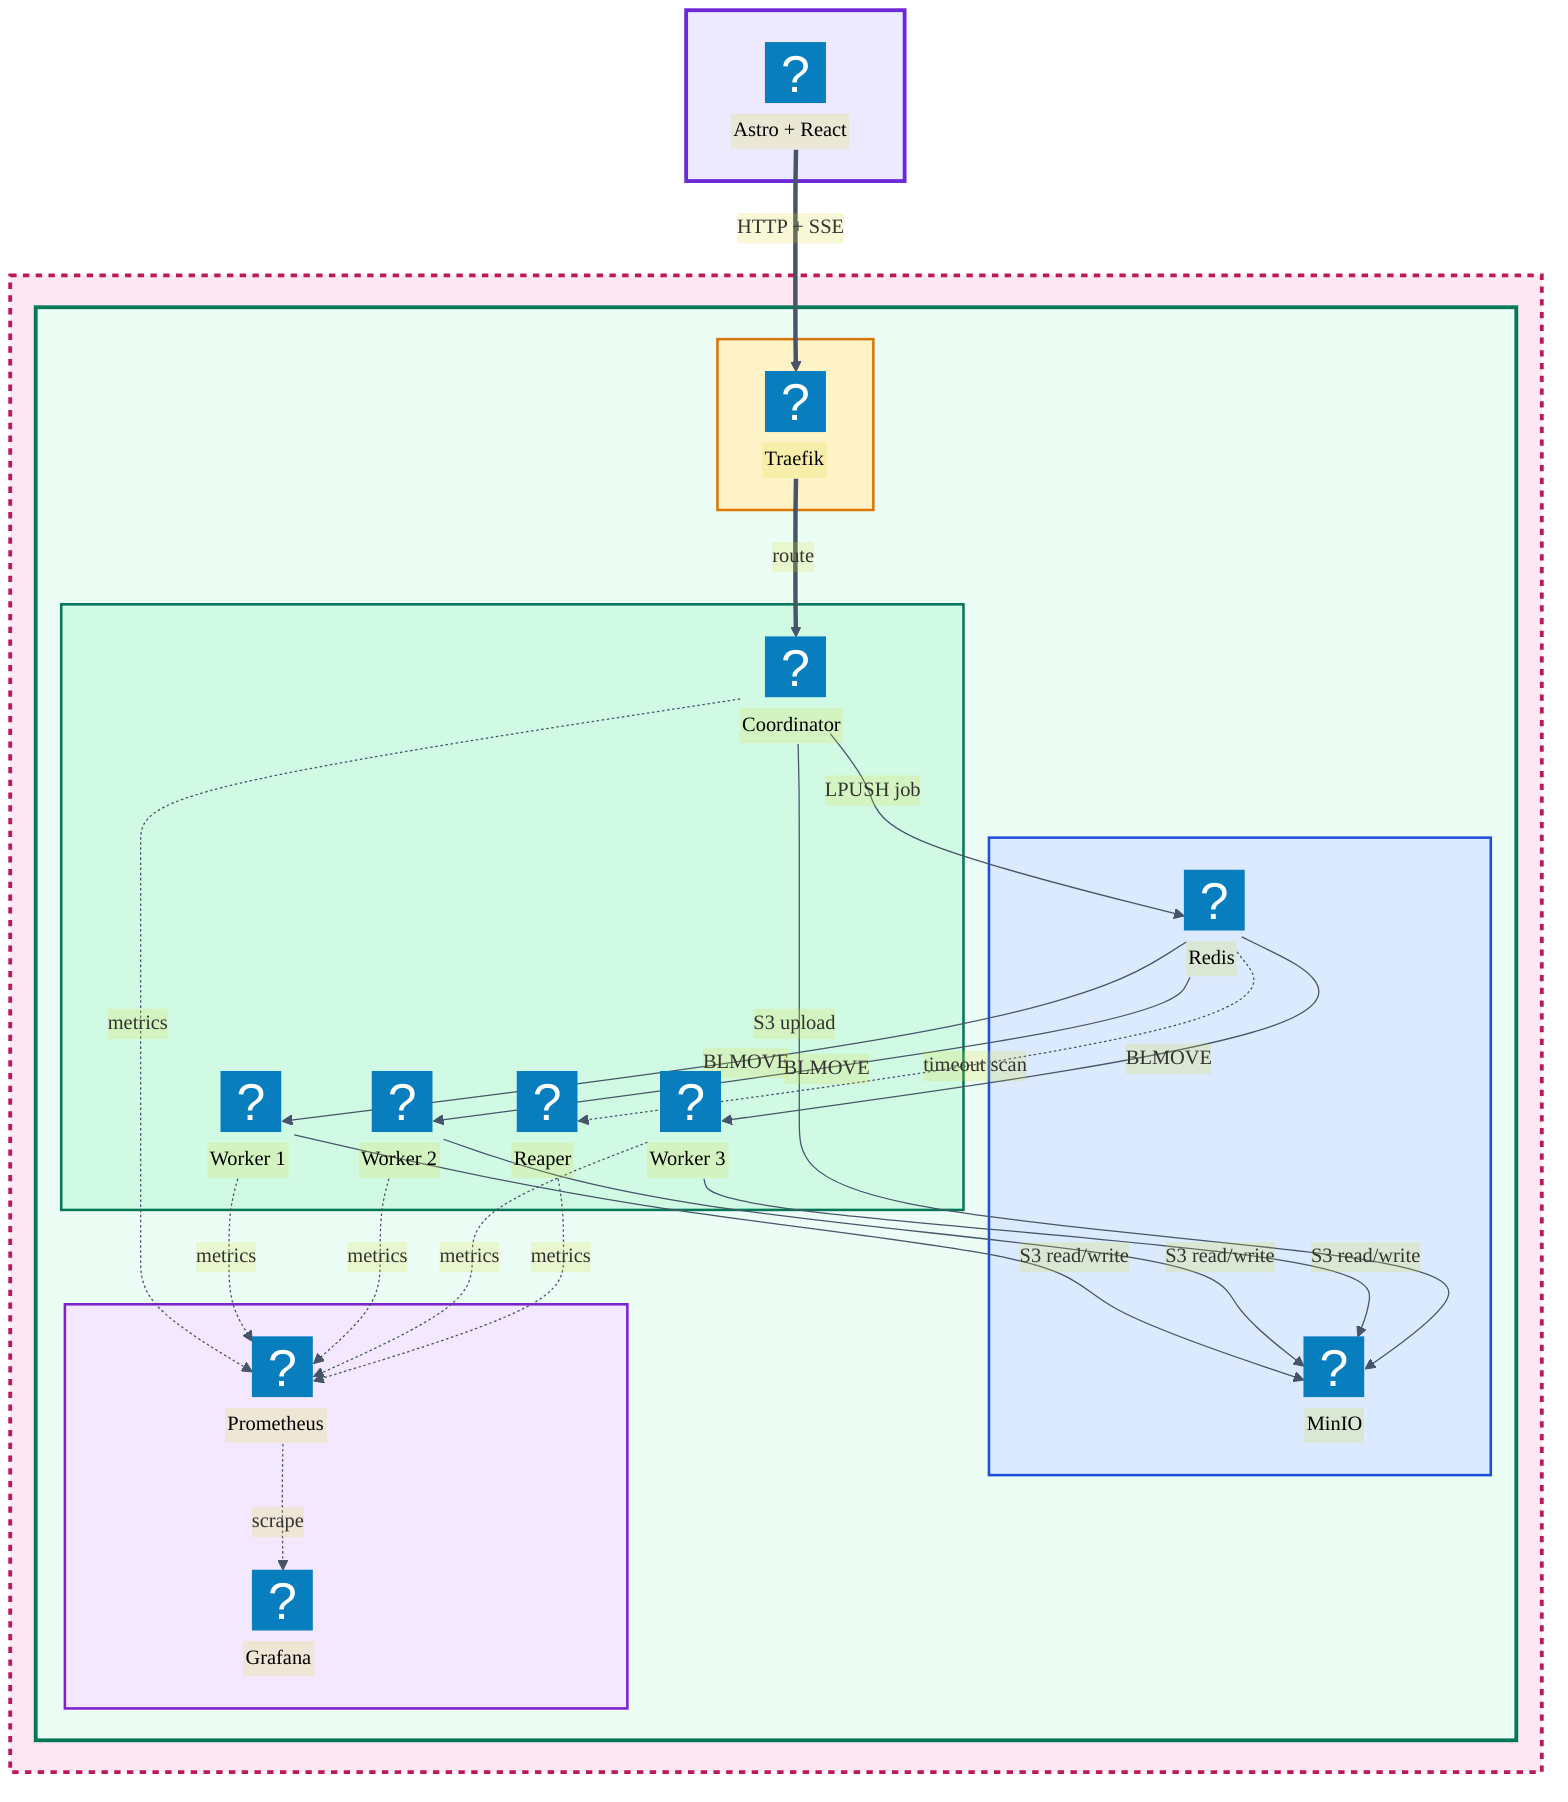
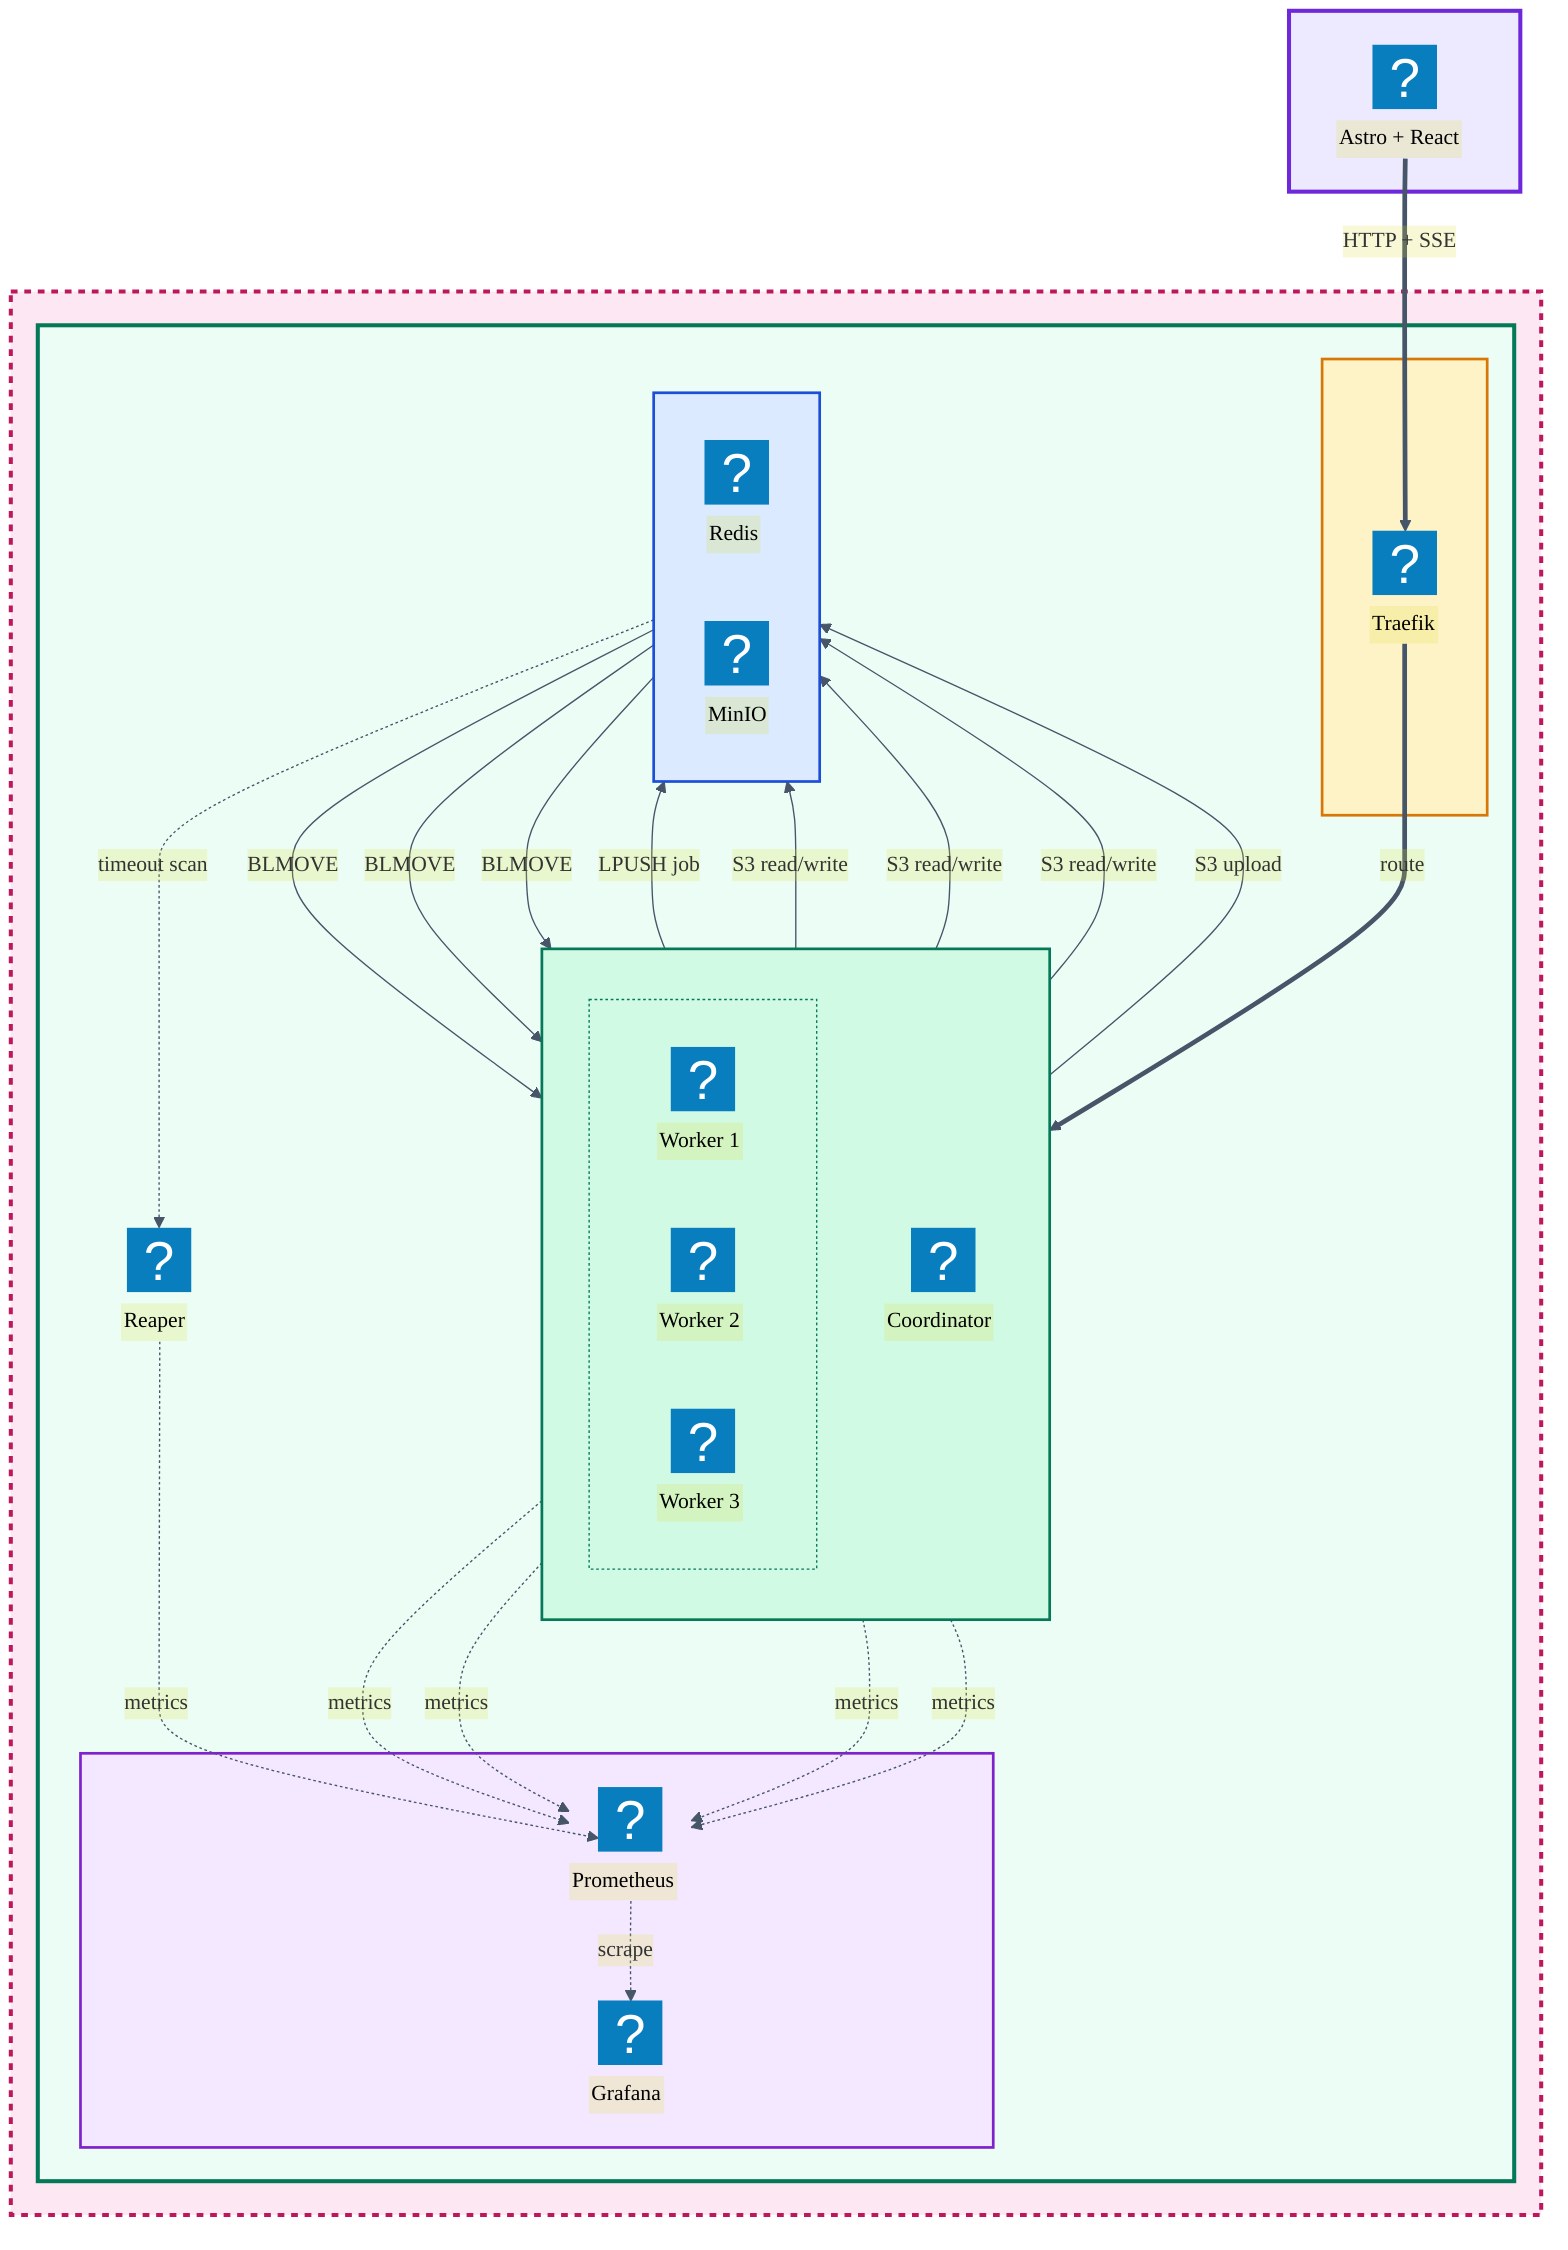
---
config:
  theme: base
  themeVariables:
    lineColor: "#475569"
    fontFamily: "system-ui"
    edgeLabelBackground: "rgba(220, 220, 50, 0.2)"
    tertiaryColor: "transparent"
  themeCSS: |
    .nodeLabel, .edgeLabel, .label,
    .label foreignObject div, .label foreignObject span,
    .cluster-label,
    foreignObject div, foreignObject span {
      background-color: transparent !important;
      background: none !important;
    }
    .label rect, .edgeLabel rect, rect.background {
      fill: none !important;
      opacity: 0 !important;
    }
---
flowchart TD
    subgraph ext[Cloudflare]
        FE@{ icon: "logos:cloudflare-icon", label: "Astro + React" }
    end
    subgraph mesh[Tailscale Mesh]
        subgraph k3s[k3s Cluster]
            subgraph edge_layer[Edge]
                TR@{ icon: "selfhst:traefik", label: "Traefik" }
            end
+             subgraph compute[Compute]
+                 direction TB
+                 CO@{ icon: "logos:go", label: "Coordinator" }
+                 subgraph pool[Worker Pool]
+                     direction LR
+                     W1@{ icon: "logos:go", label: "Worker 1" }
+                     W2@{ icon: "logos:go", label: "Worker 2" }
+                     W3@{ icon: "logos:go", label: "Worker 3" }
+                 end
+             end
            subgraph storage[Storage]
+                 direction LR
                R@{ icon: "logos:redis", label: "Redis" }
                M@{ icon: "selfhst:minio", label: "MinIO" }
            end
-             subgraph compute[Compute]
-                 CO@{ icon: "logos:go", label: "Coordinator" }
-                 W1@{ icon: "logos:go", label: "Worker 1" }
-                 W2@{ icon: "logos:go", label: "Worker 2" }
-                 W3@{ icon: "logos:go", label: "Worker 3" }
+             subgraph reaper_group[ ]
                RE@{ icon: "logos:go", label: "Reaper" }
            end
            subgraph observability[Observability]
                PR@{ icon: "logos:prometheus", label: "Prometheus" }
                GR@{ icon: "logos:grafana", label: "Grafana" }
            end
        end
    end
    FE ==>|"HTTP + SSE"| TR
    TR ==>|"route"| CO
    CO -->|"LPUSH job"| R
    R -->|"BLMOVE"| W1
    R -->|"BLMOVE"| W2
    R -->|"BLMOVE"| W3
    W1 & W2 & W3 -->|"S3 read/write"| M
    CO -->|"S3 upload"| M
    R -.->|"timeout scan"| RE
    CO & W1 & W2 & W3 & RE -.->|"metrics"| PR
    PR -.->|"scrape"| GR
    classDef frontend fill:#6d28d9,stroke:#4c1d95,stroke-width:3px,color:#000
    classDef edge fill:#d97706,stroke:#92400e,stroke-width:3px,color:#000
    classDef compute fill:#047857,stroke:#064e3b,stroke-width:3px,color:#000
    classDef storage fill:#1d4ed8,stroke:#1e3a8a,stroke-width:3px,color:#000
    classDef monitor fill:#7e22ce,stroke:#581c87,stroke-width:3px,color:#000
    class FE frontend
    class TR edge
    class CO,W1,W2,W3,RE compute
    class R,M storage
    class PR,GR monitor
    style ext fill:#ede9fe,stroke:#6d28d9,stroke-width:3px
    style mesh fill:#fce7f3,stroke:#be185d,stroke-width:3px,stroke-dasharray: 5 5
    style k3s fill:#ecfdf5,stroke:#047857,stroke-width:3px
    style edge_layer fill:#fef3c7,stroke:#d97706,stroke-width:2px
    style compute fill:#d1fae5,stroke:#047857,stroke-width:2px
+     style pool fill:#d1fae5,stroke:#047857,stroke-width:1px,stroke-dasharray: 2 2
    style storage fill:#dbeafe,stroke:#1d4ed8,stroke-width:2px
+     style reaper_group fill:none,stroke:none
    style observability fill:#f3e8ff,stroke:#7e22ce,stroke-width:2px
